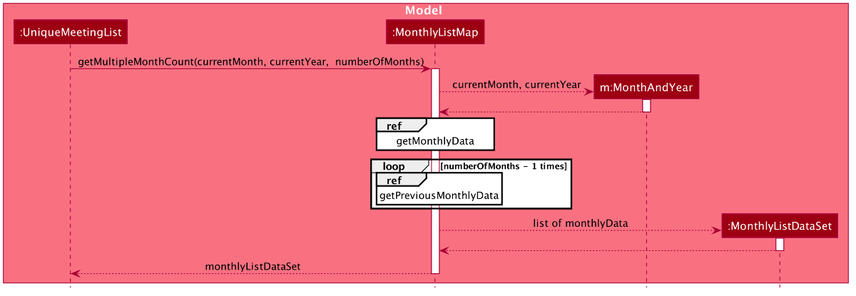
Earlier version of the PlantUML export docs/images/MeetingStatsSequenceDiagram3.png (sebastiantoh/tp). Its source is kept beside it as docs/diagrams/MeetingStatsSequenceDiagram3.puml.
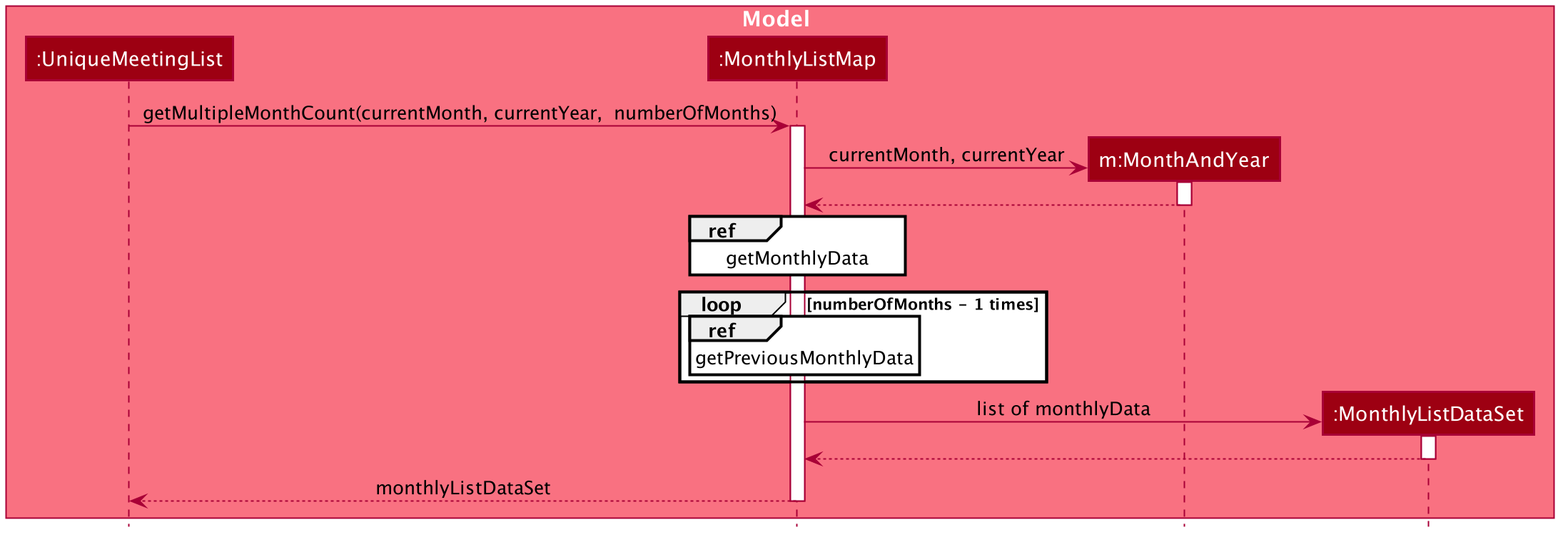
The same diagram one commit later.

Diff of the diagram source:
```diff
@@ -18,7 +18,7 @@
 
 
 create MonthAndYear
-MonthlyListMap --> MonthAndYear : currentMonth, currentYear
+MonthlyListMap -> MonthAndYear : currentMonth, currentYear
 activate MonthAndYear
 MonthAndYear --> MonthlyListMap
 deactivate MonthAndYear
@@ -33,7 +33,7 @@
 end
 
 create MonthlyListDataSet
-MonthlyListMap --> MonthlyListDataSet : list of monthlyData
+MonthlyListMap -> MonthlyListDataSet : list of monthlyData
 activate MonthlyListDataSet
 MonthlyListDataSet --> MonthlyListMap
 deactivate MonthlyListDataSet
```
